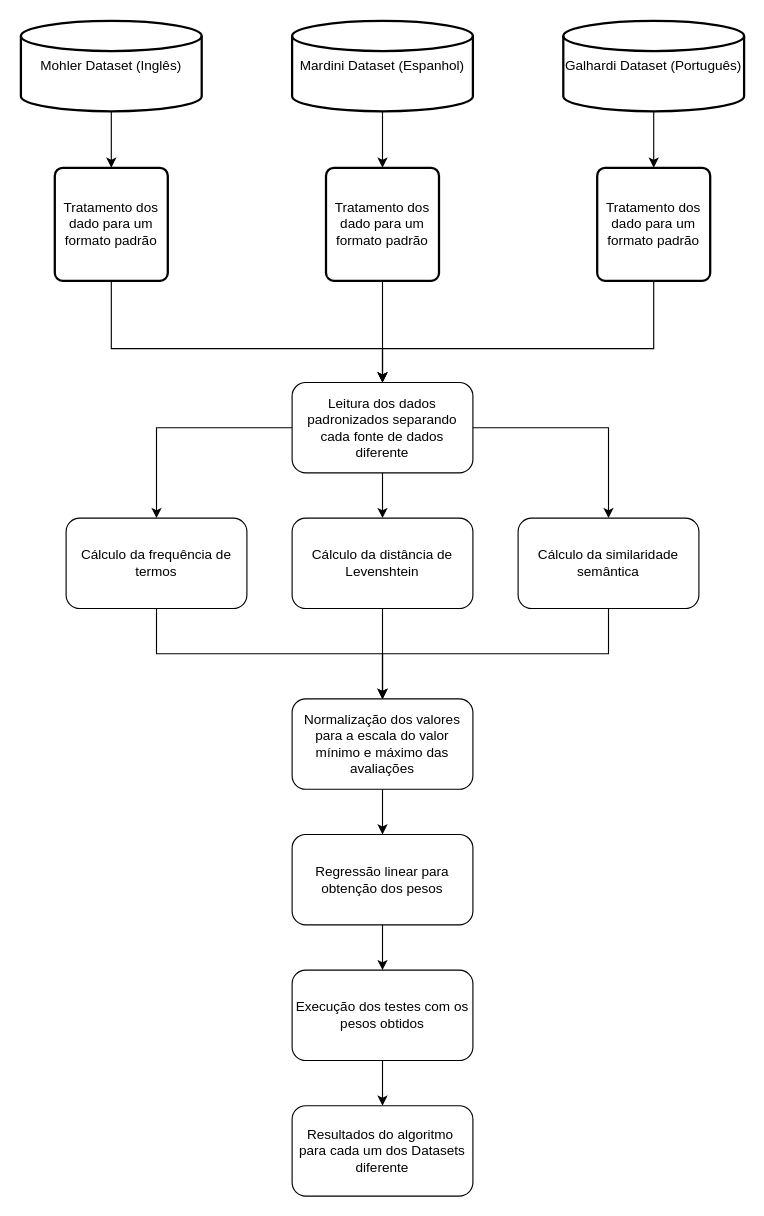
Above: dataClassModels/tccFlux.drawio in luca-moraes/relatorioParcialTCC (draw.io), before the change. Source tidied: cells renumbered, new cells numbered last; positions are measured from the earlier drawing's top-left corner, leaving out a move shared by most shapes. Both pictures are drawn from the tidied source at 113%, with x=0, y=0 at pixel (20, 20).
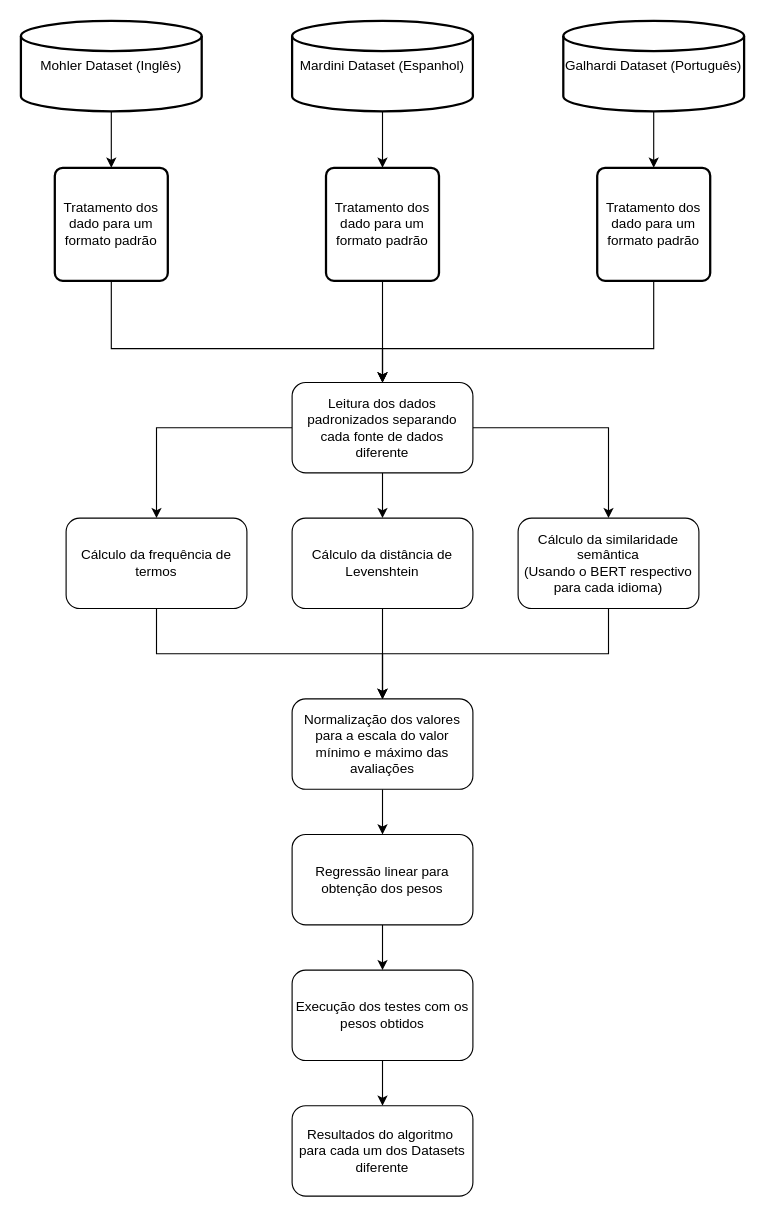
After the change.

Change to the diagram source:
```diff
@@
-    <mxCell id="28" value="Cálculo da similaridade semântica" style="rounded=1;whiteSpace=wrap;html=1;" parent="1" vertex="1">
+    <mxCell id="28" value="Cálculo da similaridade semântica&lt;div&gt;(Usando o BERT&amp;nbsp;&lt;span style=&quot;background-color: initial;&quot;&gt;respectivo para cada idioma)&lt;/span&gt;&lt;/div&gt;" style="rounded=1;whiteSpace=wrap;html=1;" parent="1" vertex="1">
       <mxGeometry x="440" y="440" width="160" height="80" as="geometry" />
     </mxCell>
```
